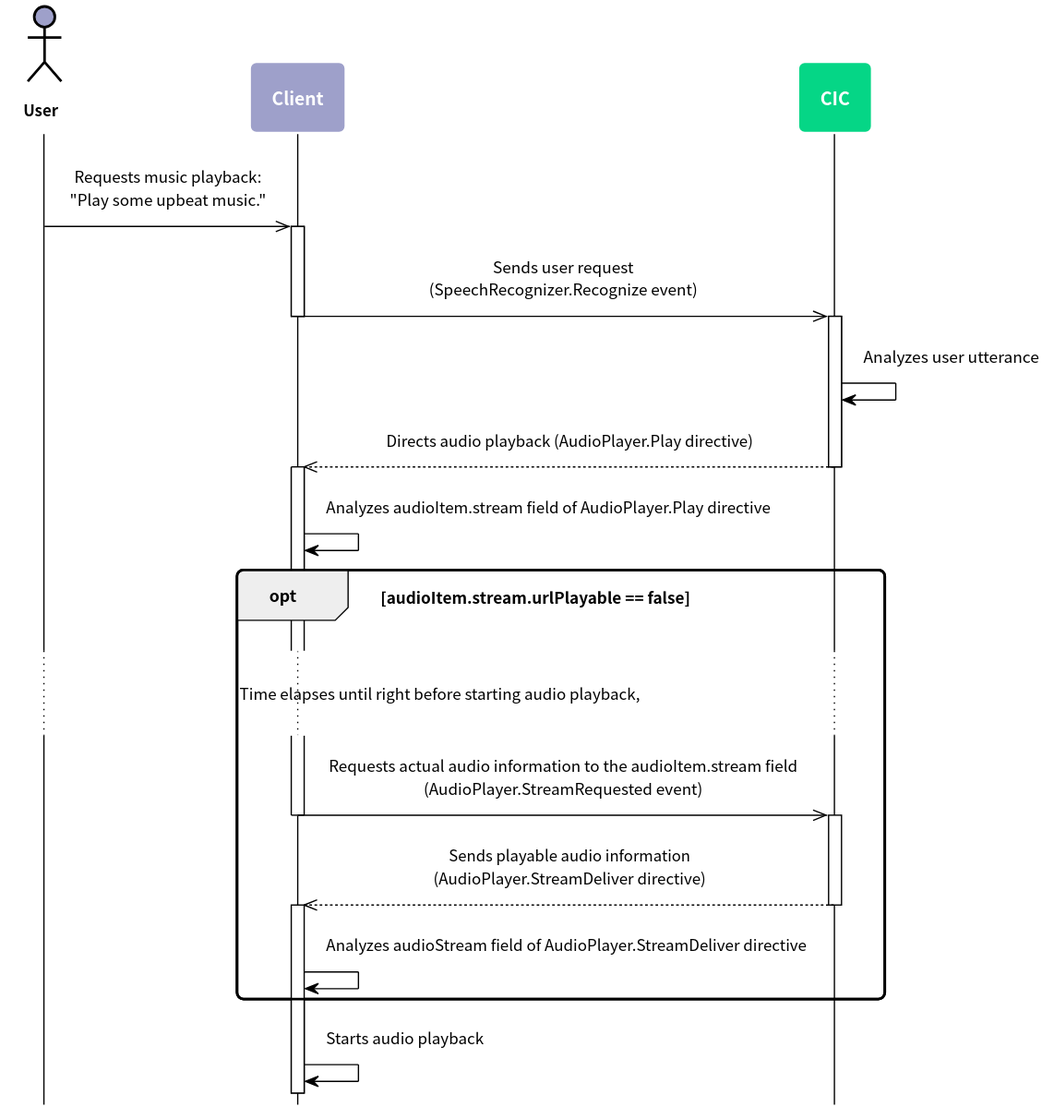
The PlantUML diagram en-KR/Develop/Assets/Images/CIC_Audio_Play_Work_Flow.svg in muchokwon/clova-client-developer-guide, before a commit.
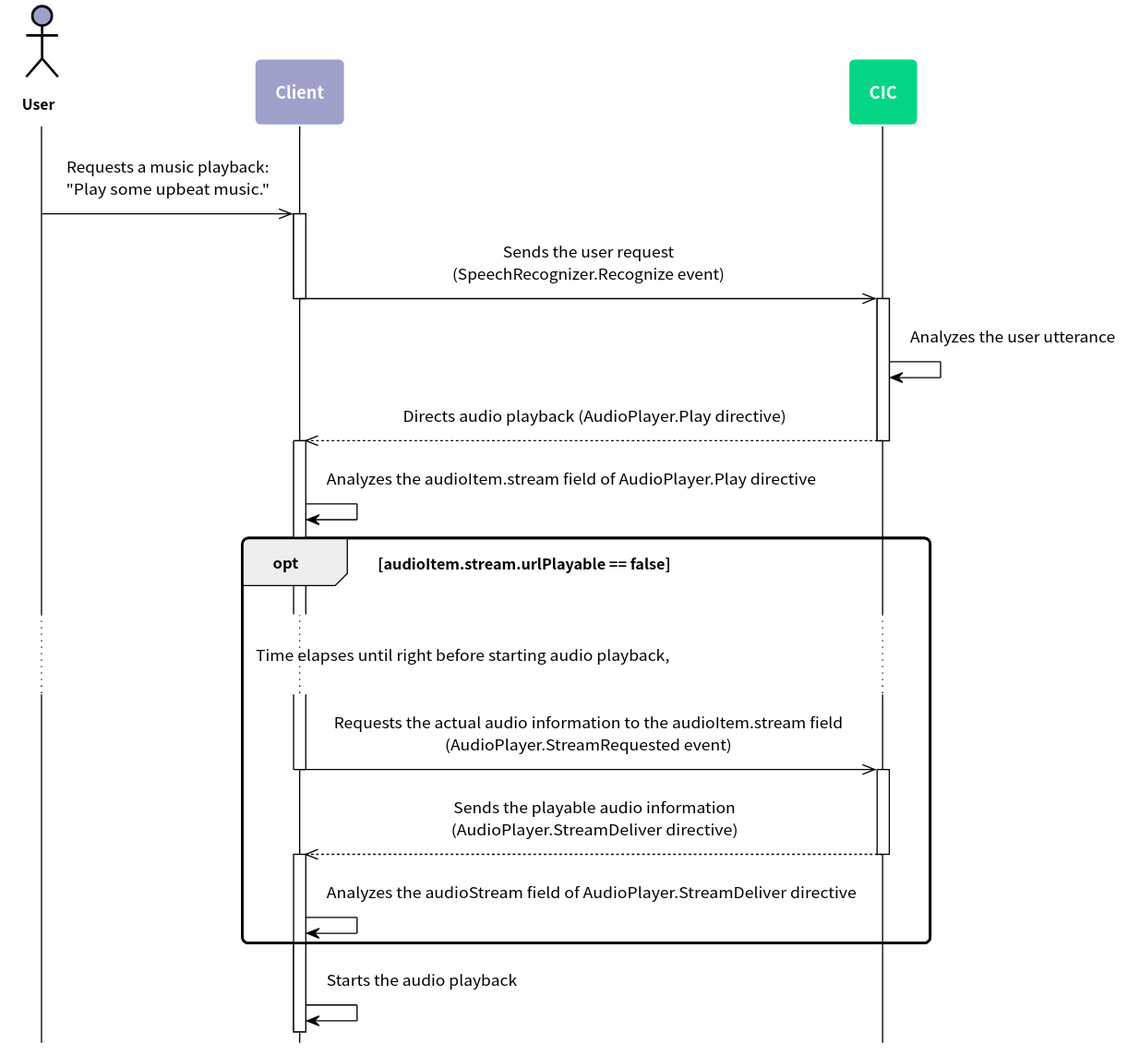
The same file after the commit.

What changed in the source:
```diff
@@ -54,34 +54,34 @@
 participant CIC as cic #05D686
 
 
-user ->> client : Requests music playback:\n"Play some upbeat music."
+user ->> client : Requests a music playback:\n"Play some upbeat music."
 
 activate client
-  client ->> cic : Sends user request\n(SpeechRecognizer.Recognize event)
+  client ->> cic : Sends the user request\n(SpeechRecognizer.Recognize event)
 deactivate client
 
 activate cic
-  cic -> cic : Analyzes user utterance
+  cic -> cic : Analyzes the user utterance
   cic -->> client : Directs audio playback (AudioPlayer.Play directive)
 deactivate cic
 
 activate client
-  client -> client : Analyzes audioItem.stream field of AudioPlayer.Play directive
+  client -> client : Analyzes the audioItem.stream field of AudioPlayer.Play directive
 
 opt audioItem.stream.urlPlayable == false
 
 ... Time elapses until right before starting audio playback, ...
 
-  client ->> cic : Requests actual audio information to the audioItem.stream field\n(AudioPlayer.StreamRequested event)
+  client ->> cic : Requests the actual audio information to the audioItem.stream field\n(AudioPlayer.StreamRequested event)
   deactivate client
   activate cic
 
-    cic -->> client : Sends playable audio information\n(AudioPlayer.StreamDeliver directive)
+    cic -->> client : Sends the playable audio information\n(AudioPlayer.StreamDeliver directive)
   deactivate cic
   activate client
-    client -> client : Analyzes audioStream field of AudioPlayer.StreamDeliver directive
+    client -> client : Analyzes the audioStream field of AudioPlayer.StreamDeliver directive
 end
 
-client -> client : Starts audio playback
+client -> client : Starts the audio playback
 
 @enduml
```
